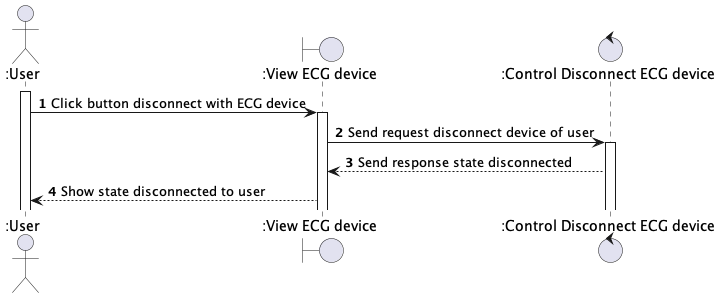
Before: latex_thesis/Images/mobile_app/disconnect_with_device.png, a diagram exported from PlantUML (techcomrade/fmECG).
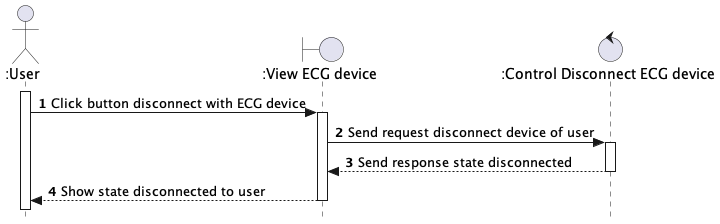
The same file after the commit.

Diff of the diagram source:
```diff
@@ -11,6 +11,9 @@
 ClientApp -> Control: Send request disconnect device of user
 activate Control
 Control --> ClientApp: Send response state disconnected
+deactivate Control
 ClientApp --> User: Show state disconnected to user
+deactivate ClientApp
 
+skinparam style strictuml
 @enduml
```
